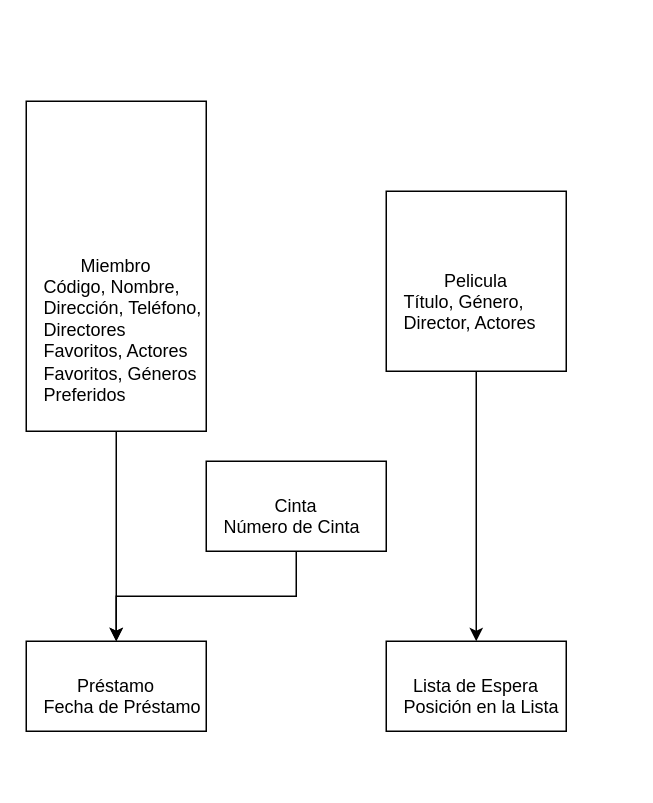
Before: Untitled Diagram.drawio in etonealbert/VideoClub_Management_DER, a draw.io diagram. Source tidied: cells renumbered, new cells numbered last; positions are measured from the earlier drawing's top-left corner, leaving out a move shared by most shapes. Both pictures are drawn from the tidied source at 150%, with x=0, y=0 at pixel (26, 100).
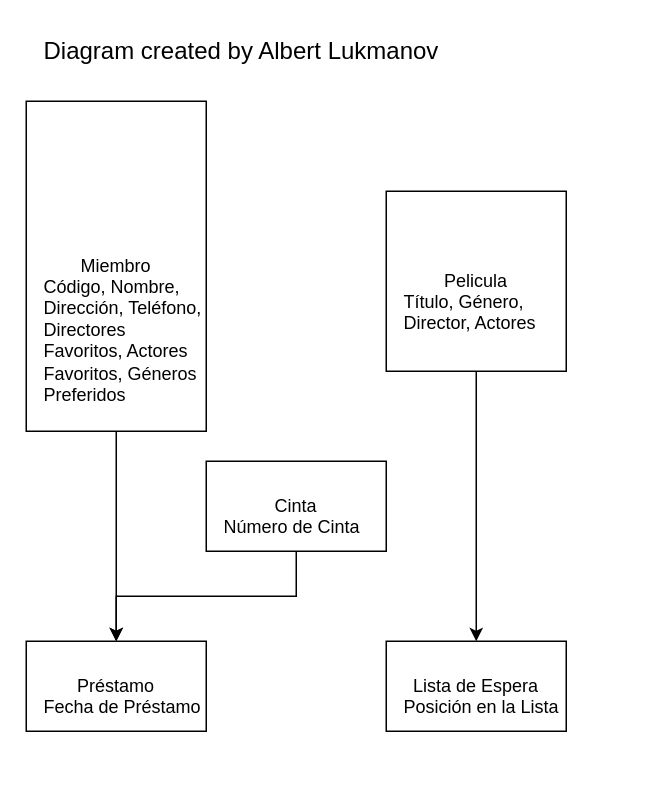
Above is the later version.

Commit message:
Clase 3: Added header

Change to the diagram source:
```diff
@@
 <mxGraphModel>
   <root>
     <mxCell id="0" />
     <mxCell id="1" parent="0" />
+    <mxCell id="15" value="Diagram created by Albert Lukmanov" style="text;strokeColor=none;fillColor=none;spacingLeft=10;whiteSpace=wrap;html=1;fontSize=16;" parent="1" vertex="1">
+      <mxGeometry y="-50" width="400" height="40" as="geometry" />
+    </mxCell>
     <mxCell id="2" value="Miembro" style="rounded=0;whiteSpace=wrap;html=1;" parent="1" vertex="1">
       <mxGeometry width="120" height="220" as="geometry" />
     </mxCell>
     <mxCell id="3" value="Código, Nombre, Dirección, Teléfono, Directores Favoritos, Actores Favoritos, Géneros Preferidos" style="text;strokeColor=none;fillColor=none;spacingLeft=10;whiteSpace=wrap;html=1;" parent="2" vertex="1">
       <mxGeometry y="110" width="120" height="220" as="geometry" />
     </mxCell>
     <mxCell id="4" value="Pelicula" style="rounded=0;whiteSpace=wrap;html=1;" parent="1" vertex="1">
       <mxGeometry x="240" y="60" width="120" height="120" as="geometry" />
     </mxCell>
     <mxCell id="5" value="Título, Género, Director, Actores" style="text;strokeColor=none;fillColor=none;spacingLeft=10;whiteSpace=wrap;html=1;" parent="4" vertex="1">
       <mxGeometry y="60" width="120" height="120" as="geometry" />
     </mxCell>
     <mxCell id="6" value="Cinta" style="rounded=0;whiteSpace=wrap;html=1;" parent="1" vertex="1">
       <mxGeometry x="120" y="240" width="120" height="60" as="geometry" />
     </mxCell>
     <mxCell id="7" value="Número de Cinta" style="text;strokeColor=none;fillColor=none;spacingLeft=10;whiteSpace=wrap;html=1;" parent="6" vertex="1">
       <mxGeometry y="30" width="120" height="60" as="geometry" />
     </mxCell>
     <mxCell id="8" value="Préstamo" style="rounded=0;whiteSpace=wrap;html=1;" parent="1" vertex="1">
       <mxGeometry y="360" width="120" height="60" as="geometry" />
     </mxCell>
     <mxCell id="9" value="Fecha de Préstamo" style="text;strokeColor=none;fillColor=none;spacingLeft=10;whiteSpace=wrap;html=1;" parent="8" vertex="1">
       <mxGeometry y="30" width="120" height="60" as="geometry" />
     </mxCell>
     <mxCell id="10" value="Lista de Espera" style="rounded=0;whiteSpace=wrap;html=1;" parent="1" vertex="1">
       <mxGeometry x="240" y="360" width="120" height="60" as="geometry" />
     </mxCell>
     <mxCell id="11" value="Posición en la Lista" style="text;strokeColor=none;fillColor=none;spacingLeft=10;whiteSpace=wrap;html=1;" parent="10" vertex="1">
       <mxGeometry y="30" width="120" height="60" as="geometry" />
     </mxCell>
     <mxCell id="12" style="edgeStyle=orthogonalEdgeStyle;rounded=0;jettySize=auto;html=1;exitX=0.5;exitY=1;exitDx=0;exitDy=0;entryX=0.5;entryY=0;entryDx=0;entryDy=0;" parent="1" edge="1" source="2" target="8">
       <mxGeometry relative="1" as="geometry" />
     </mxCell>
     <mxCell id="13" style="edgeStyle=orthogonalEdgeStyle;rounded=0;jettySize=auto;html=1;exitX=0.5;exitY=1;exitDx=0;exitDy=0;entryX=0.5;entryY=0;entryDx=0;entryDy=0;" parent="1" edge="1" source="4" target="10">
       <mxGeometry relative="1" as="geometry" />
     </mxCell>
     <mxCell id="14" style="edgeStyle=orthogonalEdgeStyle;rounded=0;jettySize=auto;html=1;exitX=0.5;exitY=1;exitDx=0;exitDy=0;entryX=0.5;entryY=0;entryDx=0;entryDy=0;" parent="1" edge="1" source="6" target="8">
       <mxGeometry relative="1" as="geometry" />
     </mxCell>
   </root>
 </mxGraphModel>
```
